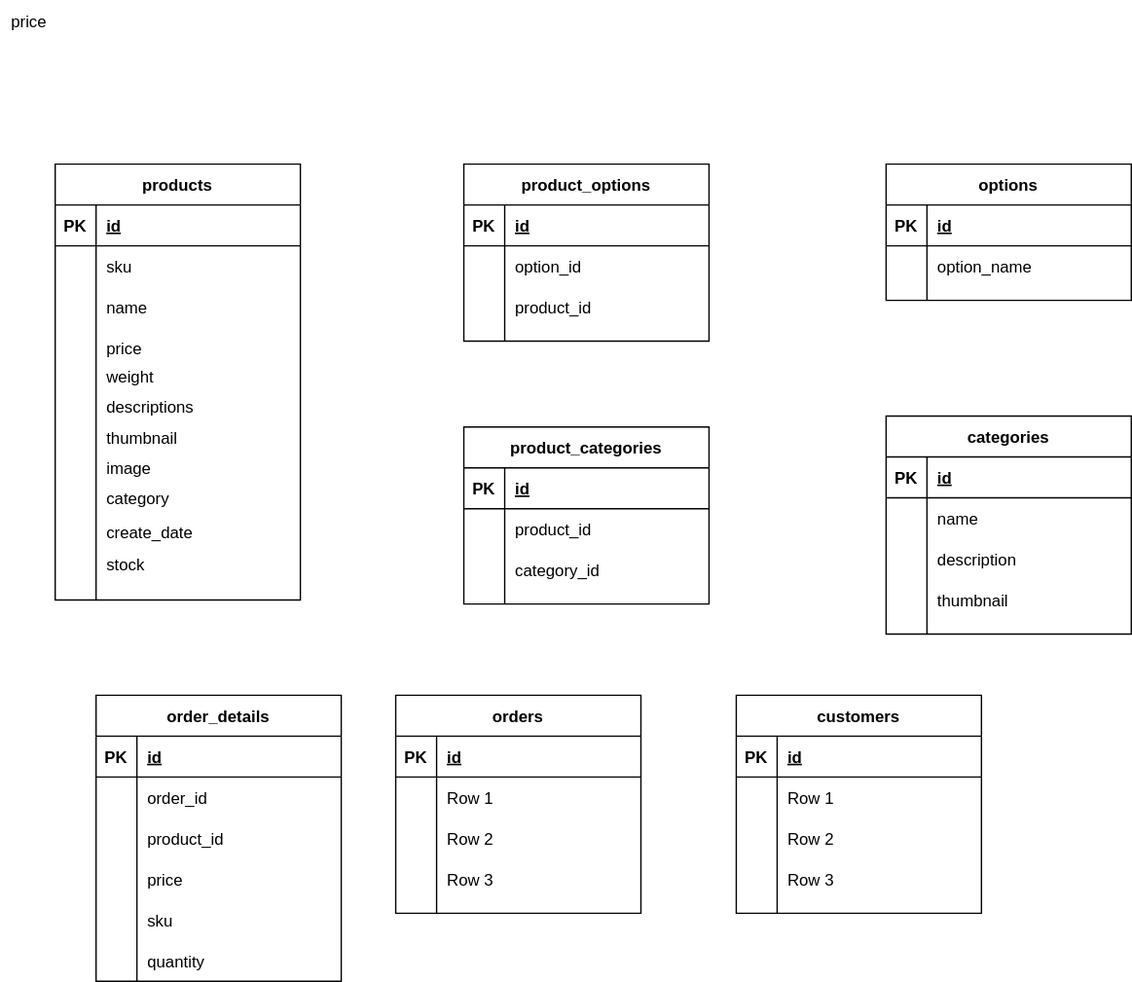
Before: Lesson 4 MSD.svg, a diagram exported from draw.io (amosTimi/Lesson_4). Source tidied: cells renumbered, new cells last; positions are measured from the earlier drawing's top-left corner, leaving out a move shared by most shapes.
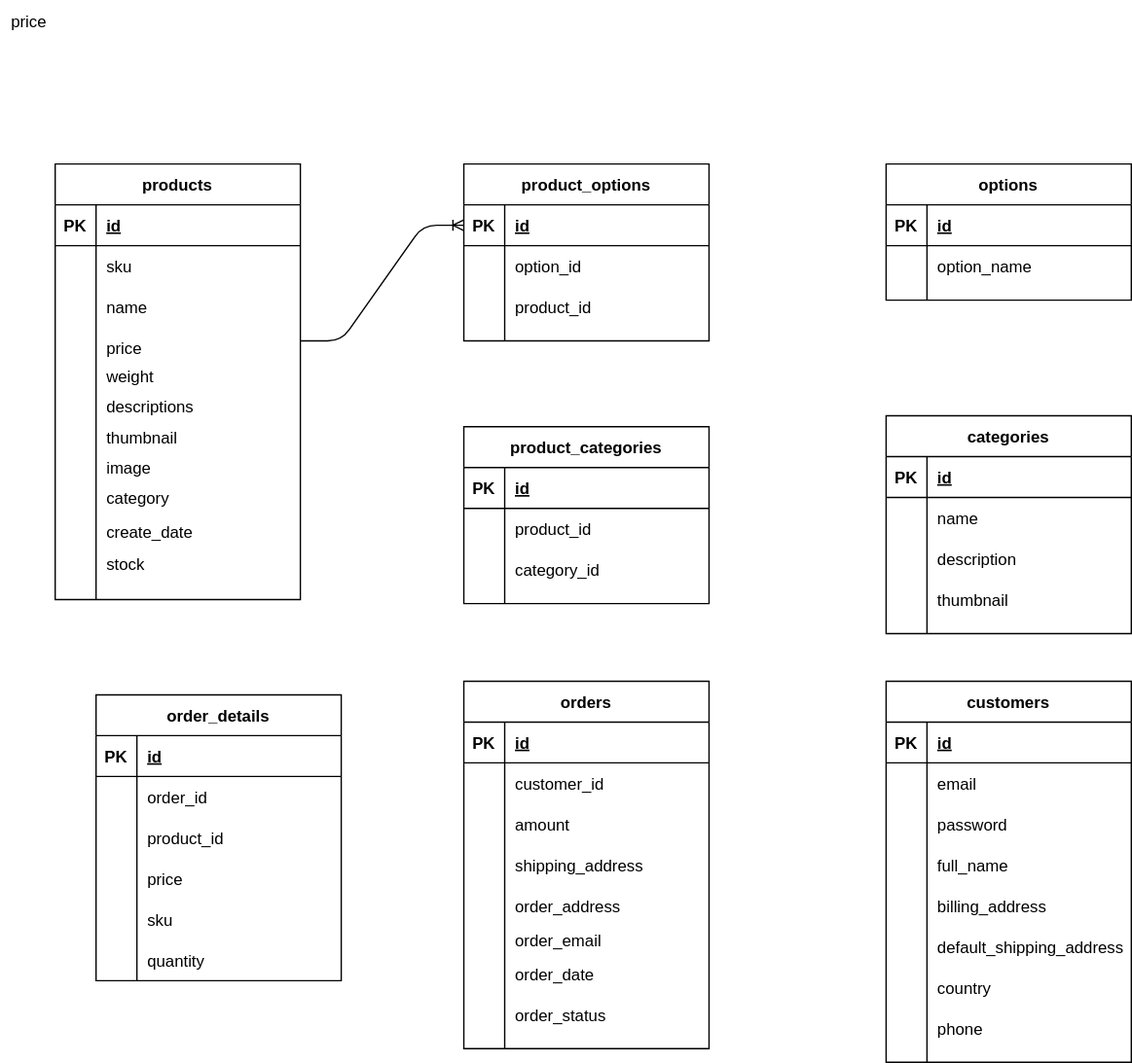
Later version of the same file.

What changed in the source:
```diff
@@ -219,7 +219,7 @@
       <mxGeometry x="30" width="150" height="30" as="geometry" />
     </mxCell>
     <mxCell id="74" value="orders" style="shape=table;startSize=30;rowLines=0;fontStyle=1;align=center;" parent="1" vertex="1">
-      <mxGeometry x="290" y="510" width="180" height="160" as="geometry" />
+      <mxGeometry x="340" y="500" width="180" height="270" as="geometry" />
     </mxCell>
     <mxCell id="75" style="shape=partialRectangle;fillColor=none;top=0;left=0;bottom=1;right=0;" parent="74" vertex="1">
       <mxGeometry y="30" width="180" height="30" as="geometry" />
@@ -236,7 +236,7 @@
     <mxCell id="79" style="shape=partialRectangle;fillColor=none;top=0;left=0;bottom=0;right=0;overflow=hidden;" parent="78" vertex="1">
       <mxGeometry width="30" height="30" as="geometry" />
     </mxCell>
-    <mxCell id="80" value="Row 1" style="shape=partialRectangle;fillColor=none;top=0;left=0;bottom=0;right=0;align=left;spacingLeft=6;overflow=hidden;" parent="78" vertex="1">
+    <mxCell id="80" value="customer_id" style="shape=partialRectangle;fillColor=none;top=0;left=0;bottom=0;right=0;align=left;spacingLeft=6;overflow=hidden;" parent="78" vertex="1">
       <mxGeometry x="30" width="150" height="30" as="geometry" />
     </mxCell>
     <mxCell id="81" style="shape=partialRectangle;fillColor=none;top=0;left=0;bottom=0;right=0;" parent="74" vertex="1">
@@ -245,7 +245,7 @@
     <mxCell id="82" style="shape=partialRectangle;fillColor=none;top=0;left=0;bottom=0;right=0;overflow=hidden;" parent="81" vertex="1">
       <mxGeometry width="30" height="30" as="geometry" />
     </mxCell>
-    <mxCell id="83" value="Row 2" style="shape=partialRectangle;fillColor=none;top=0;left=0;bottom=0;right=0;align=left;spacingLeft=6;overflow=hidden;" parent="81" vertex="1">
+    <mxCell id="83" value="amount" style="shape=partialRectangle;fillColor=none;top=0;left=0;bottom=0;right=0;align=left;spacingLeft=6;overflow=hidden;" parent="81" vertex="1">
       <mxGeometry x="30" width="150" height="30" as="geometry" />
     </mxCell>
     <mxCell id="84" style="shape=partialRectangle;fillColor=none;top=0;left=0;bottom=0;right=0;" parent="74" vertex="1">
@@ -254,11 +254,47 @@
     <mxCell id="85" style="shape=partialRectangle;fillColor=none;top=0;left=0;bottom=0;right=0;overflow=hidden;" parent="84" vertex="1">
       <mxGeometry width="30" height="30" as="geometry" />
     </mxCell>
-    <mxCell id="86" value="Row 3" style="shape=partialRectangle;fillColor=none;top=0;left=0;bottom=0;right=0;align=left;spacingLeft=6;overflow=hidden;" parent="84" vertex="1">
+    <mxCell id="86" value="shipping_address" style="shape=partialRectangle;fillColor=none;top=0;left=0;bottom=0;right=0;align=left;spacingLeft=6;overflow=hidden;" parent="84" vertex="1">
       <mxGeometry x="30" width="150" height="30" as="geometry" />
     </mxCell>
+    <mxCell id="108" style="shape=partialRectangle;fillColor=none;top=0;left=0;bottom=0;right=0;" parent="74" vertex="1">
+      <mxGeometry y="150" width="180" height="30" as="geometry" />
+    </mxCell>
+    <mxCell id="109" style="shape=partialRectangle;fillColor=none;top=0;left=0;bottom=0;right=0;overflow=hidden;" parent="108" vertex="1">
+      <mxGeometry width="30" height="30" as="geometry" />
+    </mxCell>
+    <mxCell id="110" value="order_address" style="shape=partialRectangle;fillColor=none;top=0;left=0;bottom=0;right=0;align=left;spacingLeft=6;overflow=hidden;" parent="108" vertex="1">
+      <mxGeometry x="30" width="150" height="30" as="geometry" />
+    </mxCell>
+    <mxCell id="111" style="shape=partialRectangle;fillColor=none;top=0;left=0;bottom=0;right=0;" parent="74" vertex="1">
+      <mxGeometry y="180" width="180" height="20" as="geometry" />
+    </mxCell>
+    <mxCell id="112" style="shape=partialRectangle;fillColor=none;top=0;left=0;bottom=0;right=0;overflow=hidden;" parent="111" vertex="1">
+      <mxGeometry width="30" height="20" as="geometry" />
+    </mxCell>
+    <mxCell id="113" value="order_email" style="shape=partialRectangle;fillColor=none;top=0;left=0;bottom=0;right=0;align=left;spacingLeft=6;overflow=hidden;" parent="111" vertex="1">
+      <mxGeometry x="30" width="150" height="20" as="geometry" />
+    </mxCell>
+    <mxCell id="114" style="shape=partialRectangle;fillColor=none;top=0;left=0;bottom=0;right=0;" parent="74" vertex="1">
+      <mxGeometry y="200" width="180" height="30" as="geometry" />
+    </mxCell>
+    <mxCell id="115" style="shape=partialRectangle;fillColor=none;top=0;left=0;bottom=0;right=0;overflow=hidden;" parent="114" vertex="1">
+      <mxGeometry width="30" height="30" as="geometry" />
+    </mxCell>
+    <mxCell id="116" value="order_date" style="shape=partialRectangle;fillColor=none;top=0;left=0;bottom=0;right=0;align=left;spacingLeft=6;overflow=hidden;" parent="114" vertex="1">
+      <mxGeometry x="30" width="150" height="30" as="geometry" />
+    </mxCell>
+    <mxCell id="117" style="shape=partialRectangle;fillColor=none;top=0;left=0;bottom=0;right=0;" parent="74" vertex="1">
+      <mxGeometry y="230" width="180" height="30" as="geometry" />
+    </mxCell>
+    <mxCell id="118" style="shape=partialRectangle;fillColor=none;top=0;left=0;bottom=0;right=0;overflow=hidden;" parent="117" vertex="1">
+      <mxGeometry width="30" height="30" as="geometry" />
+    </mxCell>
+    <mxCell id="119" value="order_status" style="shape=partialRectangle;fillColor=none;top=0;left=0;bottom=0;right=0;align=left;spacingLeft=6;overflow=hidden;" parent="117" vertex="1">
+      <mxGeometry x="30" width="150" height="30" as="geometry" />
+    </mxCell>
     <mxCell id="87" value="customers" style="shape=table;startSize=30;rowLines=0;fontStyle=1;align=center;" parent="1" vertex="1">
-      <mxGeometry x="540" y="510" width="180" height="160" as="geometry" />
+      <mxGeometry x="650" y="500" width="180" height="280" as="geometry" />
     </mxCell>
     <mxCell id="88" style="shape=partialRectangle;fillColor=none;top=0;left=0;bottom=1;right=0;" parent="87" vertex="1">
       <mxGeometry y="30" width="180" height="30" as="geometry" />
@@ -275,7 +311,7 @@
     <mxCell id="92" style="shape=partialRectangle;fillColor=none;top=0;left=0;bottom=0;right=0;overflow=hidden;" parent="91" vertex="1">
       <mxGeometry width="30" height="30" as="geometry" />
     </mxCell>
-    <mxCell id="93" value="Row 1" style="shape=partialRectangle;fillColor=none;top=0;left=0;bottom=0;right=0;align=left;spacingLeft=6;overflow=hidden;" parent="91" vertex="1">
+    <mxCell id="93" value="email" style="shape=partialRectangle;fillColor=none;top=0;left=0;bottom=0;right=0;align=left;spacingLeft=6;overflow=hidden;" parent="91" vertex="1">
       <mxGeometry x="30" width="150" height="30" as="geometry" />
     </mxCell>
     <mxCell id="94" style="shape=partialRectangle;fillColor=none;top=0;left=0;bottom=0;right=0;" parent="87" vertex="1">
@@ -284,7 +320,7 @@
     <mxCell id="95" style="shape=partialRectangle;fillColor=none;top=0;left=0;bottom=0;right=0;overflow=hidden;" parent="94" vertex="1">
       <mxGeometry width="30" height="30" as="geometry" />
     </mxCell>
-    <mxCell id="96" value="Row 2" style="shape=partialRectangle;fillColor=none;top=0;left=0;bottom=0;right=0;align=left;spacingLeft=6;overflow=hidden;" parent="94" vertex="1">
+    <mxCell id="96" value="password" style="shape=partialRectangle;fillColor=none;top=0;left=0;bottom=0;right=0;align=left;spacingLeft=6;overflow=hidden;" parent="94" vertex="1">
       <mxGeometry x="30" width="150" height="30" as="geometry" />
     </mxCell>
     <mxCell id="97" style="shape=partialRectangle;fillColor=none;top=0;left=0;bottom=0;right=0;" parent="87" vertex="1">
@@ -293,9 +329,45 @@
     <mxCell id="98" style="shape=partialRectangle;fillColor=none;top=0;left=0;bottom=0;right=0;overflow=hidden;" parent="97" vertex="1">
       <mxGeometry width="30" height="30" as="geometry" />
     </mxCell>
-    <mxCell id="99" value="Row 3" style="shape=partialRectangle;fillColor=none;top=0;left=0;bottom=0;right=0;align=left;spacingLeft=6;overflow=hidden;" parent="97" vertex="1">
+    <mxCell id="99" value="full_name" style="shape=partialRectangle;fillColor=none;top=0;left=0;bottom=0;right=0;align=left;spacingLeft=6;overflow=hidden;" parent="97" vertex="1">
       <mxGeometry x="30" width="150" height="30" as="geometry" />
     </mxCell>
+    <mxCell id="120" style="shape=partialRectangle;fillColor=none;top=0;left=0;bottom=0;right=0;" parent="87" vertex="1">
+      <mxGeometry y="150" width="180" height="30" as="geometry" />
+    </mxCell>
+    <mxCell id="121" style="shape=partialRectangle;fillColor=none;top=0;left=0;bottom=0;right=0;overflow=hidden;" parent="120" vertex="1">
+      <mxGeometry width="30" height="30" as="geometry" />
+    </mxCell>
+    <mxCell id="122" value="billing_address" style="shape=partialRectangle;fillColor=none;top=0;left=0;bottom=0;right=0;align=left;spacingLeft=6;overflow=hidden;" parent="120" vertex="1">
+      <mxGeometry x="30" width="150" height="30" as="geometry" />
+    </mxCell>
+    <mxCell id="123" style="shape=partialRectangle;fillColor=none;top=0;left=0;bottom=0;right=0;" parent="87" vertex="1">
+      <mxGeometry y="180" width="180" height="30" as="geometry" />
+    </mxCell>
+    <mxCell id="124" style="shape=partialRectangle;fillColor=none;top=0;left=0;bottom=0;right=0;overflow=hidden;" parent="123" vertex="1">
+      <mxGeometry width="30" height="30" as="geometry" />
+    </mxCell>
+    <mxCell id="125" value="default_shipping_address" style="shape=partialRectangle;fillColor=none;top=0;left=0;bottom=0;right=0;align=left;spacingLeft=6;overflow=hidden;" parent="123" vertex="1">
+      <mxGeometry x="30" width="150" height="30" as="geometry" />
+    </mxCell>
+    <mxCell id="126" style="shape=partialRectangle;fillColor=none;top=0;left=0;bottom=0;right=0;" parent="87" vertex="1">
+      <mxGeometry y="210" width="180" height="30" as="geometry" />
+    </mxCell>
+    <mxCell id="127" style="shape=partialRectangle;fillColor=none;top=0;left=0;bottom=0;right=0;overflow=hidden;" parent="126" vertex="1">
+      <mxGeometry width="30" height="30" as="geometry" />
+    </mxCell>
+    <mxCell id="128" value="country" style="shape=partialRectangle;fillColor=none;top=0;left=0;bottom=0;right=0;align=left;spacingLeft=6;overflow=hidden;" parent="126" vertex="1">
+      <mxGeometry x="30" width="150" height="30" as="geometry" />
+    </mxCell>
+    <mxCell id="129" style="shape=partialRectangle;fillColor=none;top=0;left=0;bottom=0;right=0;" parent="87" vertex="1">
+      <mxGeometry y="240" width="180" height="30" as="geometry" />
+    </mxCell>
+    <mxCell id="130" style="shape=partialRectangle;fillColor=none;top=0;left=0;bottom=0;right=0;overflow=hidden;" parent="129" vertex="1">
+      <mxGeometry width="30" height="30" as="geometry" />
+    </mxCell>
+    <mxCell id="131" value="phone" style="shape=partialRectangle;fillColor=none;top=0;left=0;bottom=0;right=0;align=left;spacingLeft=6;overflow=hidden;" parent="129" vertex="1">
+      <mxGeometry x="30" width="150" height="30" as="geometry" />
+    </mxCell>
     <mxCell id="100" value="price" style="shape=partialRectangle;fillColor=none;top=0;left=0;bottom=0;right=0;align=left;spacingLeft=6;overflow=hidden;" parent="1" vertex="1">
       <mxGeometry width="150" height="30" as="geometry" />
     </mxCell>
@@ -320,5 +392,10 @@
     <mxCell id="107" value="stock" style="shape=partialRectangle;fillColor=none;top=0;left=0;bottom=0;right=0;align=left;spacingLeft=6;overflow=hidden;" parent="1" vertex="1">
       <mxGeometry x="70" y="399" width="150" height="30" as="geometry" />
     </mxCell>
+    <mxCell id="132" style="edgeStyle=entityRelationEdgeStyle;fontSize=12;html=1;endArrow=ERoneToMany;entryX=0;entryY=0.5;entryDx=0;entryDy=0;" parent="1" edge="1" target="16">
+      <mxGeometry relative="1" as="geometry">
+        <mxPoint x="220" y="250" as="sourcePoint" />
+      </mxGeometry>
+    </mxCell>
   </root>
 </mxGraphModel>
```
